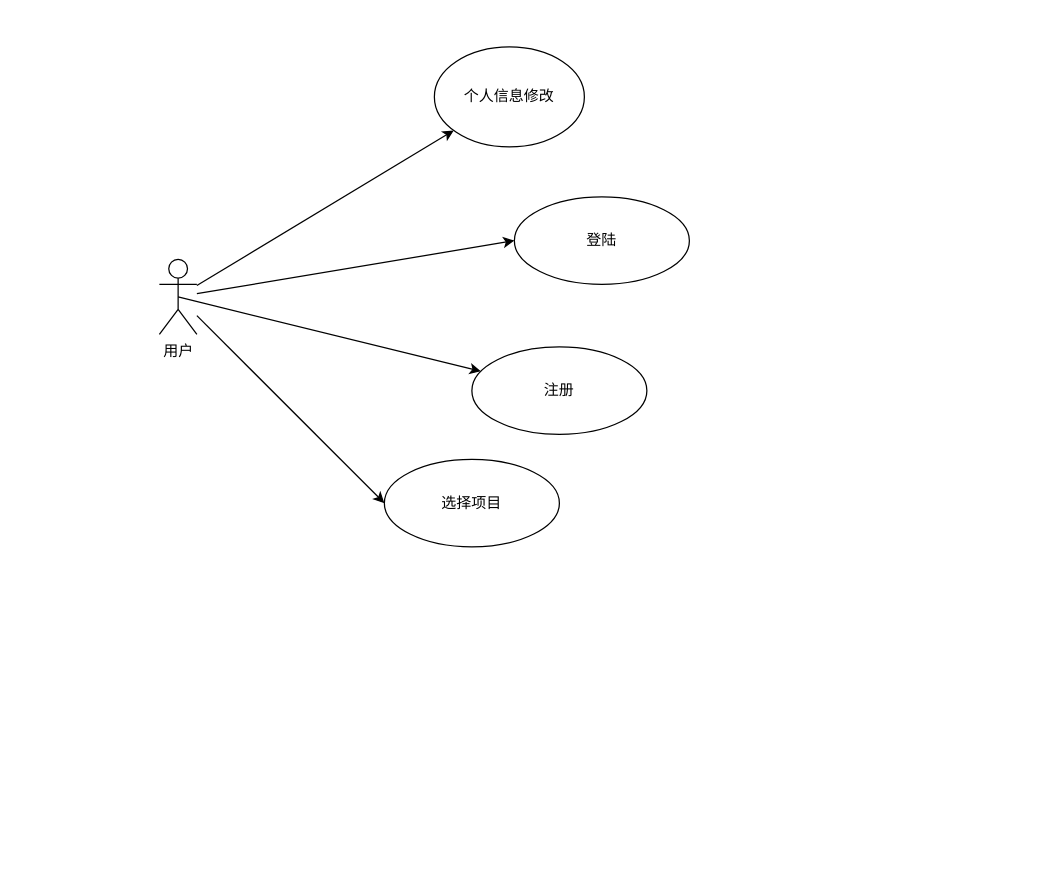
This is usecase/用户用例图.drawio from TongjiMicroservice/Documents, a draw.io file, before an edit. Source tidied: cells renumbered, new cells numbered last; positions are measured from the earlier drawing's top-left corner, leaving out a move shared by most shapes. Both pictures are drawn from the tidied source at 125%, with x=0, y=0 at pixel (159, 46).
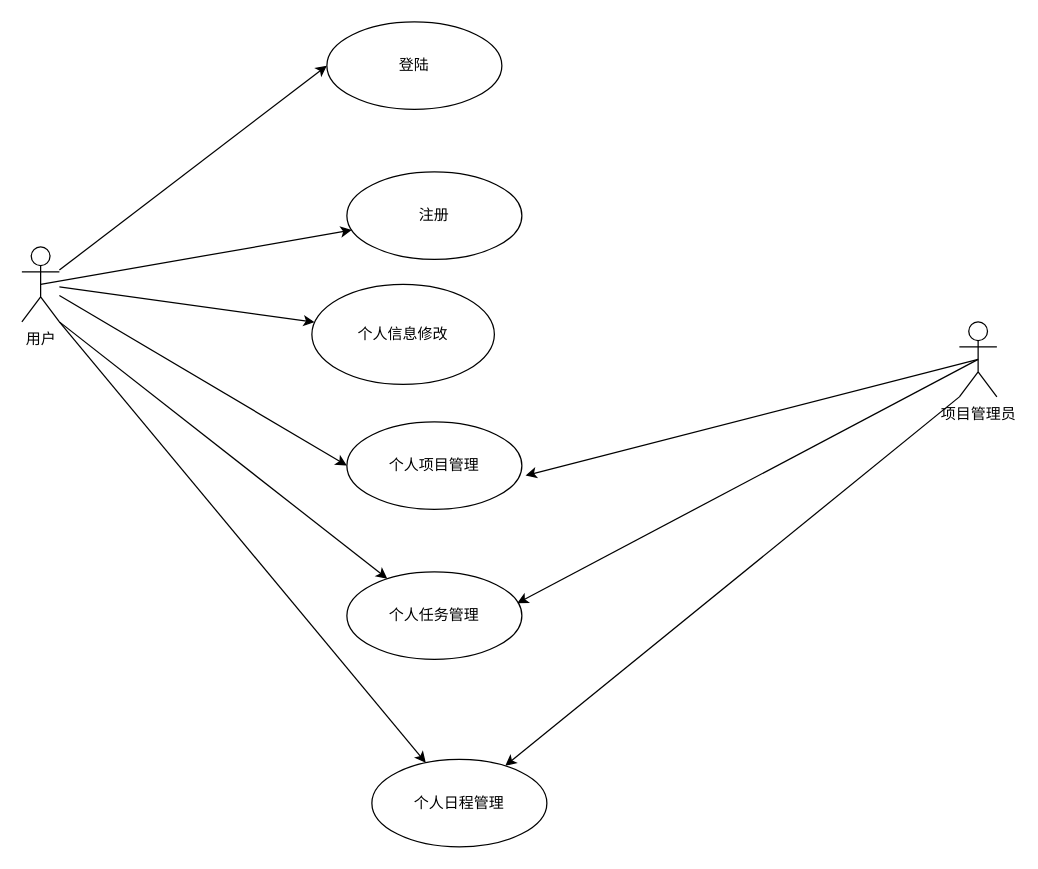
Above is the later version.

Commit message:
Update 用户用例图.drawio

Change to the diagram source:
```diff
@@
 <mxGraphModel>
   <root>
     <mxCell id="0" />
     <mxCell id="1" parent="0" />
     <mxCell id="2" style="rounded=0;jettySize=auto;html=1;exitX=0.5;exitY=0.5;exitDx=0;exitDy=0;exitPerimeter=0;" parent="1" edge="1" source="6" target="8">
       <mxGeometry relative="1" as="geometry" />
     </mxCell>
     <mxCell id="3" style="rounded=0;jettySize=auto;html=1;entryX=0;entryY=0.5;entryDx=0;entryDy=0;" parent="1" edge="1" source="6" target="7">
       <mxGeometry relative="1" as="geometry" />
     </mxCell>
     <mxCell id="4" style="rounded=0;jettySize=auto;html=1;entryX=0;entryY=0.5;entryDx=0;entryDy=0;" parent="1" edge="1" source="6" target="9">
       <mxGeometry relative="1" as="geometry" />
     </mxCell>
     <mxCell id="5" style="rounded=0;jettySize=auto;html=1;" parent="1" edge="1" source="6" target="10">
       <mxGeometry relative="1" as="geometry" />
     </mxCell>
+    <mxCell id="11" style="rounded=0;jettySize=auto;html=1;exitX=1;exitY=1;exitDx=0;exitDy=0;exitPerimeter=0;" parent="1" edge="1" source="6" target="13">
+      <mxGeometry relative="1" as="geometry" />
+    </mxCell>
+    <mxCell id="12" style="rounded=0;jettySize=auto;html=1;exitX=1;exitY=1;exitDx=0;exitDy=0;exitPerimeter=0;" parent="1" edge="1" source="6" target="16">
+      <mxGeometry relative="1" as="geometry" />
+    </mxCell>
     <mxCell id="6" value="用户&lt;br&gt;&lt;br&gt;" style="shape=umlActor;verticalLabelPosition=bottom;verticalAlign=top;html=1;" parent="1" vertex="1">
-      <mxGeometry y="170" width="30" height="60" as="geometry" />
+      <mxGeometry x="-110" y="160" width="30" height="60" as="geometry" />
     </mxCell>
     <mxCell id="7" value="登陆&lt;br&gt;" style="ellipse;whiteSpace=wrap;html=1;" parent="1" vertex="1">
-      <mxGeometry x="284" y="120" width="140" height="70" as="geometry" />
+      <mxGeometry x="134" y="-20" width="140" height="70" as="geometry" />
     </mxCell>
     <mxCell id="8" value="注册&lt;br&gt;" style="ellipse;whiteSpace=wrap;html=1;" parent="1" vertex="1">
-      <mxGeometry x="250" y="240" width="140" height="70" as="geometry" />
+      <mxGeometry x="150" y="100" width="140" height="70" as="geometry" />
     </mxCell>
-    <mxCell id="9" value="选择项目" style="ellipse;whiteSpace=wrap;html=1;" parent="1" vertex="1">
-      <mxGeometry x="180" y="330" width="140" height="70" as="geometry" />
+    <mxCell id="9" value="个人项目管理" style="ellipse;whiteSpace=wrap;html=1;" parent="1" vertex="1">
+      <mxGeometry x="150" y="300" width="140" height="70" as="geometry" />
     </mxCell>
     <mxCell id="10" value="个人信息修改" style="ellipse;whiteSpace=wrap;html=1;" parent="1" vertex="1">
-      <mxGeometry x="220" width="120" height="80" as="geometry" />
+      <mxGeometry x="122" y="190" width="146" height="80" as="geometry" />
     </mxCell>
+    <mxCell id="13" value="个人日程管理" style="ellipse;whiteSpace=wrap;html=1;" parent="1" vertex="1">
+      <mxGeometry x="170" y="570" width="140" height="70" as="geometry" />
+    </mxCell>
+    <mxCell id="14" style="rounded=0;jettySize=auto;html=1;exitX=0;exitY=1;exitDx=0;exitDy=0;exitPerimeter=0;" parent="1" edge="1" source="15" target="13">
+      <mxGeometry relative="1" as="geometry" />
+    </mxCell>
+    <mxCell id="15" value="项目管理员" style="shape=umlActor;verticalLabelPosition=bottom;verticalAlign=top;html=1;" parent="1" vertex="1">
+      <mxGeometry x="640" y="220" width="30" height="60" as="geometry" />
+    </mxCell>
+    <mxCell id="16" value="个人任务管理" style="ellipse;whiteSpace=wrap;html=1;" parent="1" vertex="1">
+      <mxGeometry x="150" y="420" width="140" height="70" as="geometry" />
+    </mxCell>
+    <mxCell id="17" style="rounded=0;jettySize=auto;html=1;exitX=0.5;exitY=0.5;exitDx=0;exitDy=0;exitPerimeter=0;entryX=0.973;entryY=0.358;entryDx=0;entryDy=0;entryPerimeter=0;" parent="1" edge="1" source="15" target="16">
+      <mxGeometry relative="1" as="geometry" />
+    </mxCell>
+    <mxCell id="18" style="rounded=0;jettySize=auto;html=1;exitX=0.5;exitY=0.5;exitDx=0;exitDy=0;exitPerimeter=0;entryX=1.021;entryY=0.613;entryDx=0;entryDy=0;entryPerimeter=0;" parent="1" edge="1" source="15" target="9">
+      <mxGeometry relative="1" as="geometry" />
+    </mxCell>
   </root>
 </mxGraphModel>
```
